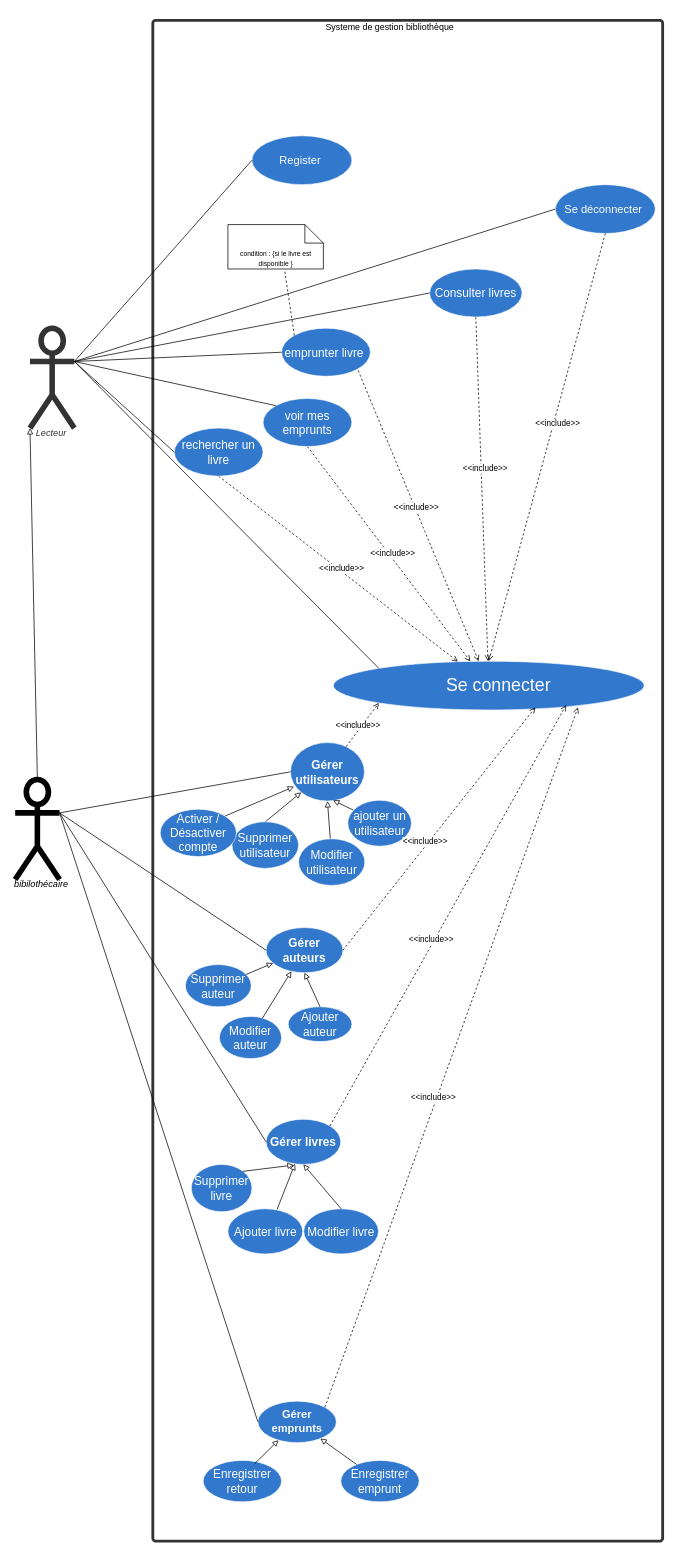
The draw.io diagram useCase.drawio in khaoula-khaldi/gestion-bibliotheque, before the edit. Source tidied: cells renumbered, new cells numbered last; positions are measured from the earlier drawing's top-left corner, leaving out a move shared by most shapes. Both pictures are drawn from the tidied source at 74%, with x=0, y=0 at pixel (15, 16).
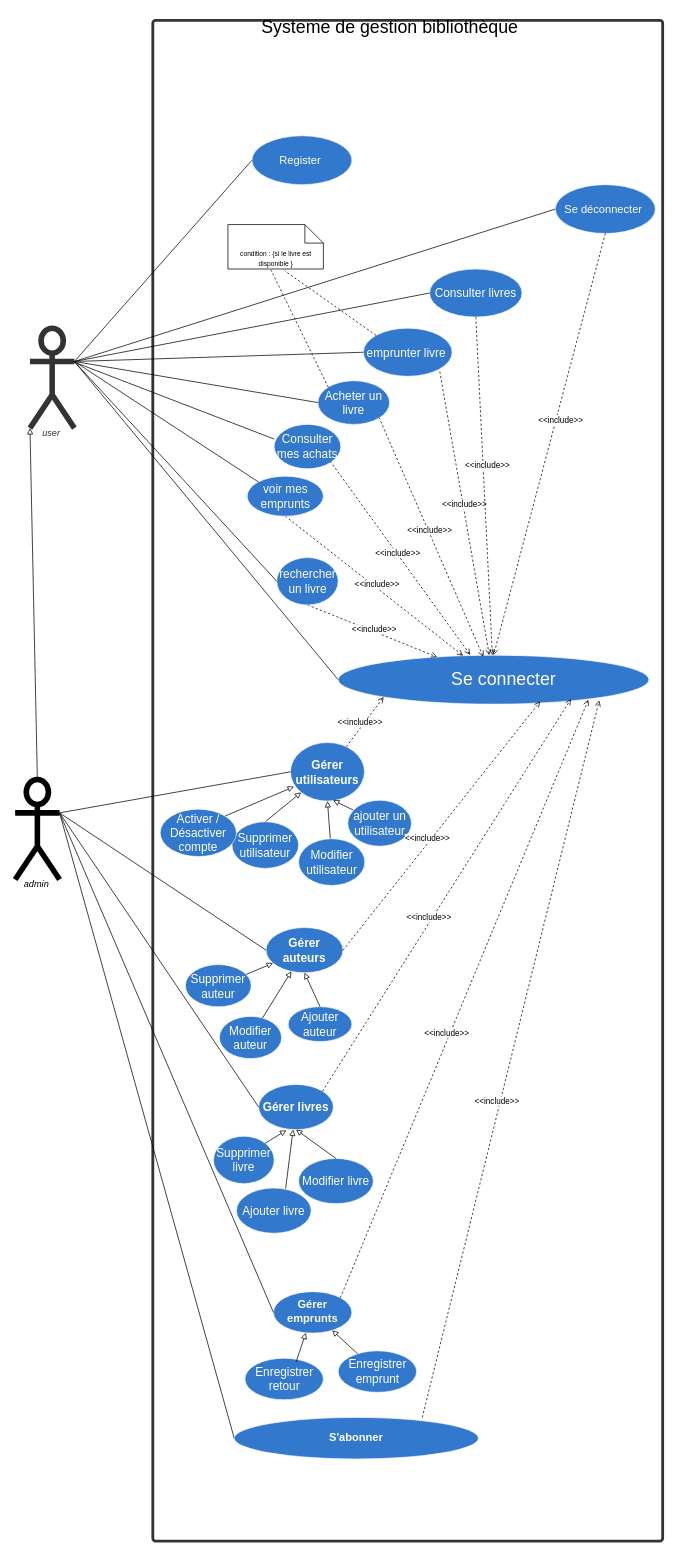
After the change.

The change refers to these unchanged cells:
```xml
<mxCell id="2" style="html=1;overflow=block;blockSpacing=1;whiteSpace=wrap;fontSize=15.5;fontColor=#333333;fontStyle=3;spacing=0;verticalAlign=bottom;strokeColor=#333333;strokeOpacity=100;fillOpacity=0;rounded=1;absoluteArcSize=1;arcSize=7.5;fillColor=#000000;strokeWidth=3.8;lucidId=m-bC.Ah2HGYG;" parent="1" vertex="1">
  <mxGeometry x="186" y="5" width="689" height="2055" as="geometry" />
</mxCell>
<mxCell id="25" value="&lt;font style=&quot;font-size: 9px;&quot;&gt;condition : {si le livre est disponible }&lt;/font&gt;" style="shape=note2;boundedLbl=1;whiteSpace=wrap;html=1;size=25;verticalAlign=top;align=center;" parent="2" vertex="1">
  <mxGeometry x="101.5" y="276" width="129" height="60" as="geometry" />
</mxCell>
```

The edit, as a diff of the source:
```diff
@@
     <mxCell id="6" value="&lt;font color=&quot;#fffcfd&quot; style=&quot;font-size: 24px;&quot;&gt;&amp;nbsp; &amp;nbsp; Se connecter&lt;/font&gt;" style="html=1;overflow=block;blockSpacing=1;whiteSpace=wrap;ellipse;fontSize=15;fontColor=#ffffff;align=center;spacing=0;verticalAlign=middle;strokeColor=#ffffff;strokeOpacity=100;fillOpacity=100;rounded=1;absoluteArcSize=1;arcSize=7.5;fillColor=#3278cc;strokeWidth=0.8;lucidId=m-bC5Pa~6MiH;" parent="2" vertex="1">
-      <mxGeometry x="244" y="866" width="420" height="66" as="geometry" />
+      <mxGeometry x="250.5" y="858" width="420" height="66" as="geometry" />
     </mxCell>
@@
     <mxCell id="19" value="voir mes emprunts" style="html=1;overflow=block;blockSpacing=1;whiteSpace=wrap;ellipse;fontSize=16;fontColor=#ffffff;spacing=0;verticalAlign=middle;strokeColor=#ffffff;strokeOpacity=100;fillOpacity=100;rounded=1;absoluteArcSize=1;arcSize=7.5;fillColor=#3278cc;strokeWidth=0.8;lucidId=m-bCKdvpZs.M;" parent="2" vertex="1">
-      <mxGeometry x="149" y="511" width="120" height="65" as="geometry" />
+      <mxGeometry x="127.5" y="616" width="103" height="54" as="geometry" />
     </mxCell>
     <mxCell id="20" value="emprunter livre&amp;nbsp;" style="html=1;overflow=block;blockSpacing=1;whiteSpace=wrap;ellipse;fontSize=16;fontColor=#ffffff;spacing=0;verticalAlign=middle;strokeColor=#ffffff;strokeOpacity=100;fillOpacity=100;rounded=1;absoluteArcSize=1;arcSize=7.5;fillColor=#3278cc;strokeWidth=0.8;lucidId=m-bCXPErl346;" parent="2" vertex="1">
-      <mxGeometry x="174" y="416" width="120" height="65" as="geometry" />
+      <mxGeometry x="284.5" y="416" width="120" height="65" as="geometry" />
     </mxCell>
@@
     <mxCell id="24" value="rechercher un livre" style="html=1;overflow=block;blockSpacing=1;whiteSpace=wrap;ellipse;fontSize=16;fontColor=#ffffff;spacing=0;verticalAlign=middle;strokeColor=#ffffff;strokeOpacity=100;fillOpacity=100;rounded=1;absoluteArcSize=1;arcSize=7.5;fillColor=#3278cc;strokeWidth=0.8;lucidId=m-bCKdvpZs.M;" parent="2" vertex="1">
-      <mxGeometry x="29" y="551" width="120" height="65" as="geometry" />
+      <mxGeometry x="167.5" y="726" width="83" height="64" as="geometry" />
     </mxCell>
@@
     <mxCell id="29" value="&lt;div style=&quot;display: flex; justify-content: center; text-align: center; align-items: baseline; font-size: 0; line-height: 1.25;margin-top: -2px;&quot;&gt;&lt;span&gt;&lt;span style=&quot;font-size:15px;color:#ffffff;font-weight: bold;&quot;&gt;&lt;span style=&quot;font-size:15px;color:#ffffff;font-weight: bold;&quot;&gt; &lt;/span&gt;&lt;span style=&quot;font-size:15px;color:#ffffff;font-weight: bold;&quot;&gt;Gérer&lt;/span&gt;&lt;span style=&quot;font-size:15px;color:#ffffff;font-weight: bold;&quot;&gt; &lt;/span&gt;&lt;span style=&quot;font-size:15px;color:#ffffff;font-weight: bold;&quot;&gt;emprunts &lt;/span&gt;&lt;/span&gt;&lt;/span&gt;&lt;/div&gt;" style="html=1;overflow=block;blockSpacing=1;whiteSpace=wrap;ellipse;fontSize=13;spacing=0;verticalAlign=middle;strokeColor=#ffffff;strokeOpacity=100;fillOpacity=100;rounded=1;absoluteArcSize=1;arcSize=7.5;fillColor=#3278cc;strokeWidth=0.8;lucidId=m-bCp~yrp48o;" parent="2" vertex="1">
-      <mxGeometry x="142" y="1866" width="106" height="56" as="geometry" />
+      <mxGeometry x="163" y="1718" width="106" height="56" as="geometry" />
     </mxCell>
     <mxCell id="30" value="Enregistrer retour" style="html=1;overflow=block;blockSpacing=1;whiteSpace=wrap;ellipse;fontSize=16;fontColor=#ffffff;spacing=0;verticalAlign=middle;strokeColor=#ffffff;strokeOpacity=100;fillOpacity=100;rounded=1;absoluteArcSize=1;arcSize=7.5;fillColor=#3278cc;strokeWidth=0.8;lucidId=m-bCyRfOVJFE;" parent="2" vertex="1">
-      <mxGeometry x="68" y="1946" width="106" height="56" as="geometry" />
+      <mxGeometry x="124.5" y="1808" width="106" height="56" as="geometry" />
     </mxCell>
@@
     <mxCell id="32" value="Enregistrer emprunt" style="html=1;overflow=block;blockSpacing=1;whiteSpace=wrap;ellipse;fontSize=16;fontColor=#ffffff;spacing=0;verticalAlign=middle;strokeColor=#ffffff;strokeOpacity=100;fillOpacity=100;rounded=1;absoluteArcSize=1;arcSize=7.5;fillColor=#3278cc;strokeWidth=0.8;lucidId=m-bCbIqOPt6n;" parent="2" vertex="1">
-      <mxGeometry x="254" y="1946" width="106" height="56" as="geometry" />
+      <mxGeometry x="250.5" y="1798" width="106" height="56" as="geometry" />
     </mxCell>
@@
     <mxCell id="34" value="Gérer livres" style="html=1;overflow=block;blockSpacing=1;whiteSpace=wrap;ellipse;fontSize=16;fontColor=#ffffff;fontStyle=1;spacing=0;verticalAlign=middle;strokeColor=#ffffff;strokeOpacity=100;fillOpacity=100;rounded=1;absoluteArcSize=1;arcSize=7.5;fillColor=#3278cc;strokeWidth=0.8;lucidId=m-bCzg7WQMJJ;" parent="2" vertex="1">
-      <mxGeometry x="153" y="1485" width="101" height="61" as="geometry" />
+      <mxGeometry x="143" y="1438" width="101" height="61" as="geometry" />
     </mxCell>
     <mxCell id="35" value="Supprimer livre" style="html=1;overflow=block;blockSpacing=1;whiteSpace=wrap;ellipse;fontSize=16;fontColor=#ffffff;spacing=0;verticalAlign=middle;strokeColor=#ffffff;strokeOpacity=100;fillOpacity=100;rounded=1;absoluteArcSize=1;arcSize=7.5;fillColor=#3278cc;strokeWidth=0.8;lucidId=m-bC1upkLYa7;" parent="2" vertex="1">
-      <mxGeometry x="52" y="1546" width="82" height="64" as="geometry" />
+      <mxGeometry x="82" y="1508" width="82" height="64" as="geometry" />
     </mxCell>
@@
     <mxCell id="37" value="Ajouter livre" style="html=1;overflow=block;blockSpacing=1;whiteSpace=wrap;ellipse;fontSize=16;fontColor=#ffffff;spacing=0;verticalAlign=middle;strokeColor=#ffffff;strokeOpacity=100;fillOpacity=100;rounded=1;absoluteArcSize=1;arcSize=7.5;fillColor=#3278cc;strokeWidth=0.8;lucidId=m-bCB7A2x36w;" parent="2" vertex="1">
-      <mxGeometry x="101.5" y="1606" width="101" height="61" as="geometry" />
+      <mxGeometry x="113" y="1578" width="101" height="61" as="geometry" />
     </mxCell>
@@
     <mxCell id="39" value="Modifier livre " style="html=1;overflow=block;blockSpacing=1;whiteSpace=wrap;ellipse;fontSize=16;fontColor=#ffffff;spacing=0;verticalAlign=middle;strokeColor=#ffffff;strokeOpacity=100;fillOpacity=100;rounded=1;absoluteArcSize=1;arcSize=7.5;fillColor=#3278cc;strokeWidth=0.8;lucidId=m-bC0DhqZXRT;" parent="2" vertex="1">
-      <mxGeometry x="204" y="1606" width="101" height="61" as="geometry" />
+      <mxGeometry x="197" y="1538" width="101" height="61" as="geometry" />
     </mxCell>
@@
-    <mxCell id="56" style="edgeStyle=none;html=1;exitX=1;exitY=0;exitDx=0;exitDy=0;endArrow=open;endFill=0;dashed=1;entryX=0.787;entryY=0.945;entryDx=0;entryDy=0;entryPerimeter=0;" parent="2" edge="1" source="29" target="6">
+    <mxCell id="56" style="edgeStyle=none;html=1;exitX=1;exitY=0;exitDx=0;exitDy=0;endArrow=open;endFill=0;dashed=1;entryX=0.805;entryY=0.909;entryDx=0;entryDy=0;entryPerimeter=0;" parent="2" edge="1" source="29" target="6">
       <mxGeometry relative="1" as="geometry" />
     </mxCell>
@@
+    <mxCell id="73" value="Acheter un livre" style="html=1;overflow=block;blockSpacing=1;whiteSpace=wrap;ellipse;fontSize=16;fontColor=#ffffff;spacing=0;verticalAlign=middle;strokeColor=#ffffff;strokeOpacity=100;fillOpacity=100;rounded=1;absoluteArcSize=1;arcSize=7.5;fillColor=#3278cc;strokeWidth=0.8;lucidId=m-bCXPErl346;" parent="2" vertex="1">
+      <mxGeometry x="223" y="487" width="97" height="59" as="geometry" />
+    </mxCell>
+    <mxCell id="74" value="Consulter mes achats" style="html=1;overflow=block;blockSpacing=1;whiteSpace=wrap;ellipse;fontSize=16;fontColor=#ffffff;spacing=0;verticalAlign=middle;strokeColor=#ffffff;strokeOpacity=100;fillOpacity=100;rounded=1;absoluteArcSize=1;arcSize=7.5;fillColor=#3278cc;strokeWidth=0.8;lucidId=m-bCXPErl346;" parent="2" vertex="1">
+      <mxGeometry x="164" y="546" width="90" height="60" as="geometry" />
+    </mxCell>
+    <mxCell id="75" style="edgeStyle=none;html=1;entryX=1;entryY=1;entryDx=0;entryDy=0;startArrow=open;startFill=0;endArrow=none;endFill=0;dashed=1;exitX=0.467;exitY=0.034;exitDx=0;exitDy=0;exitPerimeter=0;" parent="2" edge="1" source="6" target="73">
+      <mxGeometry relative="1" as="geometry" />
+    </mxCell>
+    <mxCell id="76" value="&amp;lt;&amp;lt;include&amp;gt;&amp;gt;" style="edgeLabel;html=1;align=center;verticalAlign=middle;" parent="75" vertex="1">
+      <mxGeometry x="0.06" y="-3" relative="1" as="geometry">
+        <mxPoint x="-1" y="1" as="offset" />
+      </mxGeometry>
+    </mxCell>
+    <mxCell id="77" style="edgeStyle=none;html=1;entryX=1;entryY=1;entryDx=0;entryDy=0;startArrow=open;startFill=0;endArrow=none;endFill=0;dashed=1;exitX=0.425;exitY=-0.007;exitDx=0;exitDy=0;exitPerimeter=0;" parent="2" edge="1" source="6" target="74">
+      <mxGeometry relative="1" as="geometry" />
+    </mxCell>
+    <mxCell id="78" value="&amp;lt;&amp;lt;include&amp;gt;&amp;gt;" style="edgeLabel;html=1;align=center;verticalAlign=middle;" parent="77" vertex="1">
+      <mxGeometry x="0.06" y="-3" relative="1" as="geometry">
+        <mxPoint x="-1" y="1" as="offset" />
+      </mxGeometry>
+    </mxCell>
+    <mxCell id="79" value="&lt;div style=&quot;display: flex; justify-content: center; text-align: center; align-items: baseline; line-height: 1.25; margin-top: -2px;&quot;&gt;&lt;font color=&quot;#ffffff&quot;&gt;&lt;span style=&quot;font-size: 15px;&quot;&gt;&lt;b&gt;&lt;font color=&quot;#ffffff&quot;&gt;S'abonner&lt;/font&gt;&lt;/b&gt;&lt;/span&gt;&lt;/font&gt;&lt;/div&gt;" style="html=1;overflow=block;blockSpacing=1;whiteSpace=wrap;ellipse;fontSize=13;spacing=0;verticalAlign=middle;strokeColor=#ffffff;strokeOpacity=100;fillOpacity=100;rounded=1;absoluteArcSize=1;arcSize=7.5;fillColor=#3278cc;strokeWidth=0.8;lucidId=m-bCp~yrp48o;" parent="2" vertex="1">
+      <mxGeometry x="110" y="1888" width="330" height="56" as="geometry" />
+    </mxCell>
+    <mxCell id="80" style="edgeStyle=none;html=1;exitX=0.77;exitY=0;exitDx=0;exitDy=0;endArrow=open;endFill=0;dashed=1;entryX=0.84;entryY=0.923;entryDx=0;entryDy=0;entryPerimeter=0;exitPerimeter=0;" parent="2" edge="1" source="79" target="6">
+      <mxGeometry relative="1" as="geometry" />
+    </mxCell>
+    <mxCell id="81" value="&amp;lt;&amp;lt;include&amp;gt;&amp;gt;" style="edgeLabel;html=1;align=center;verticalAlign=middle;" parent="80" vertex="1">
+      <mxGeometry x="-0.12" y="5" relative="1" as="geometry" />
+    </mxCell>
+    <mxCell id="82" style="edgeStyle=none;html=1;exitX=0;exitY=0;exitDx=0;exitDy=0;entryX=0.45;entryY=1.019;entryDx=0;entryDy=0;entryPerimeter=0;endArrow=none;endFill=0;dashed=1;" parent="2" edge="1" source="73" target="25">
+      <mxGeometry relative="1" as="geometry" />
+    </mxCell>
-    <mxCell id="58" value="bibilothécaire" style="html=1;overflow=block;blockSpacing=1;shape=umlActor;labelPosition=center;verticalLabelPosition=bottom;verticalAlign=top;whiteSpace=nowrap;fontSize=12.4;fontStyle=2;spacing=0;strokeOpacity=100;rounded=1;absoluteArcSize=1;arcSize=7.5;strokeWidth=7.5;lucidId=m-bCX5_Vdeuy;" parent="1" vertex="1">
+    <mxCell id="58" value="admin" style="html=1;overflow=block;blockSpacing=1;shape=umlActor;labelPosition=center;verticalLabelPosition=bottom;verticalAlign=top;whiteSpace=nowrap;fontSize=12.4;fontStyle=2;spacing=0;strokeOpacity=100;rounded=1;absoluteArcSize=1;arcSize=7.5;strokeWidth=7.5;lucidId=m-bCX5_Vdeuy;" parent="1" vertex="1">
       <mxGeometry y="1031" width="60" height="135" as="geometry" />
     </mxCell>
@@
-    <mxCell id="61" value="Lecteur" style="html=1;overflow=block;blockSpacing=1;shape=umlActor;labelPosition=center;verticalLabelPosition=bottom;verticalAlign=top;whiteSpace=nowrap;fontSize=12.4;fontColor=#333333;fontStyle=2;spacing=0;strokeColor=#333333;strokeOpacity=100;rounded=1;absoluteArcSize=1;arcSize=7.5;fillColor=#ffffff;strokeWidth=7.5;lucidId=m-bCtdjR3ysO;" parent="1" vertex="1">
+    <mxCell id="61" value="user" style="html=1;overflow=block;blockSpacing=1;shape=umlActor;labelPosition=center;verticalLabelPosition=bottom;verticalAlign=top;whiteSpace=nowrap;fontSize=12.4;fontColor=#333333;fontStyle=2;spacing=0;strokeColor=#333333;strokeOpacity=100;rounded=1;absoluteArcSize=1;arcSize=7.5;fillColor=#ffffff;strokeWidth=7.5;lucidId=m-bCtdjR3ysO;" parent="1" vertex="1">
       <mxGeometry x="20" y="421" width="60" height="135" as="geometry" />
     </mxCell>
@@
-    <mxCell id="64" value="Systeme de gestion bibliothèque" style="text;html=1;align=center;verticalAlign=middle;strokeColor=none;fillColor=none;" parent="1" vertex="1">
-      <mxGeometry x="406" width="200" height="30" as="geometry" />
+    <mxCell id="64" value="&lt;font style=&quot;font-size: 24px;&quot;&gt;Systeme de gestion bibliothèque&lt;/font&gt;" style="text;html=1;align=center;verticalAlign=middle;strokeColor=none;fillColor=none;" parent="1" vertex="1">
+      <mxGeometry x="321" y="-5" width="370" height="40" as="geometry" />
     </mxCell>
@@
-    <mxCell id="70" style="edgeStyle=none;html=1;exitX=0;exitY=0;exitDx=0;exitDy=0;endArrow=none;endFill=0;entryX=1;entryY=0.3333333333333333;entryDx=0;entryDy=0;entryPerimeter=0;" parent="1" edge="1" source="6" target="61">
+    <mxCell id="70" style="edgeStyle=none;html=1;exitX=0;exitY=0.5;exitDx=0;exitDy=0;endArrow=none;endFill=0;entryX=1;entryY=0.3333333333333333;entryDx=0;entryDy=0;entryPerimeter=0;" parent="1" edge="1" source="6" target="61">
       <mxGeometry relative="1" as="geometry" />
     </mxCell>
@@
+    <mxCell id="83" style="edgeStyle=none;html=1;exitX=0;exitY=0.5;exitDx=0;exitDy=0;entryX=1;entryY=0.3333333333333333;entryDx=0;entryDy=0;entryPerimeter=0;endArrow=none;endFill=0;" parent="1" edge="1" source="73" target="61">
+      <mxGeometry relative="1" as="geometry" />
+    </mxCell>
+    <mxCell id="84" style="edgeStyle=none;html=1;exitX=0.002;exitY=0.331;exitDx=0;exitDy=0;entryX=0.97;entryY=0.335;entryDx=0;entryDy=0;entryPerimeter=0;endArrow=none;endFill=0;exitPerimeter=0;" parent="1" edge="1" source="74" target="61">
+      <mxGeometry relative="1" as="geometry" />
+    </mxCell>
+    <mxCell id="85" style="edgeStyle=none;html=1;entryX=1;entryY=0.3333333333333333;entryDx=0;entryDy=0;entryPerimeter=0;endArrow=none;endFill=0;exitX=0;exitY=0.5;exitDx=0;exitDy=0;" parent="1" edge="1" source="79" target="58">
+      <mxGeometry relative="1" as="geometry" />
+    </mxCell>
```
